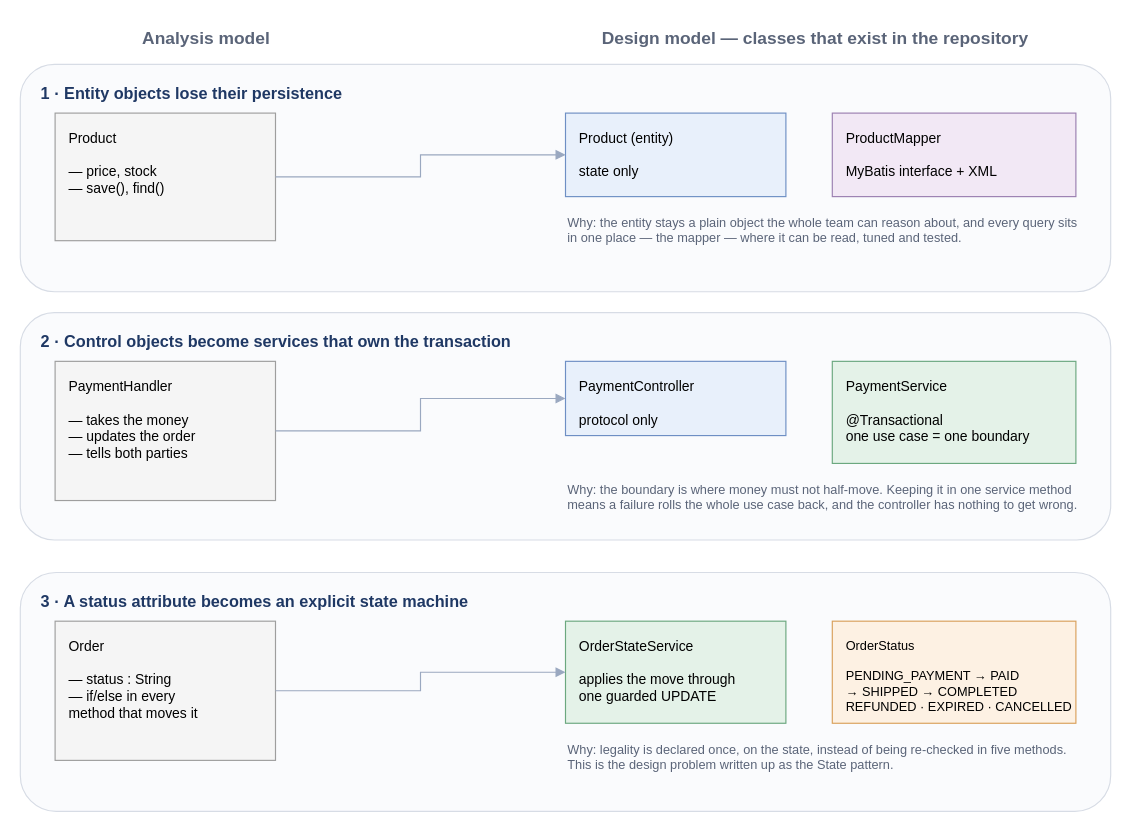
NUS-SE-34FT-GROUP4/c2cTradePlatform keeps this draw.io diagram as docs/architecture/diagrams/transition-analysis-to-design.drawio. Above is the earlier version. Source tidied: cells renumbered, new cells numbered last; positions are measured from the earlier drawing's top-left corner, leaving out a move shared by most shapes. Both pictures are drawn from the tidied source at 116%, with x=0, y=0 at pixel (20, 20).
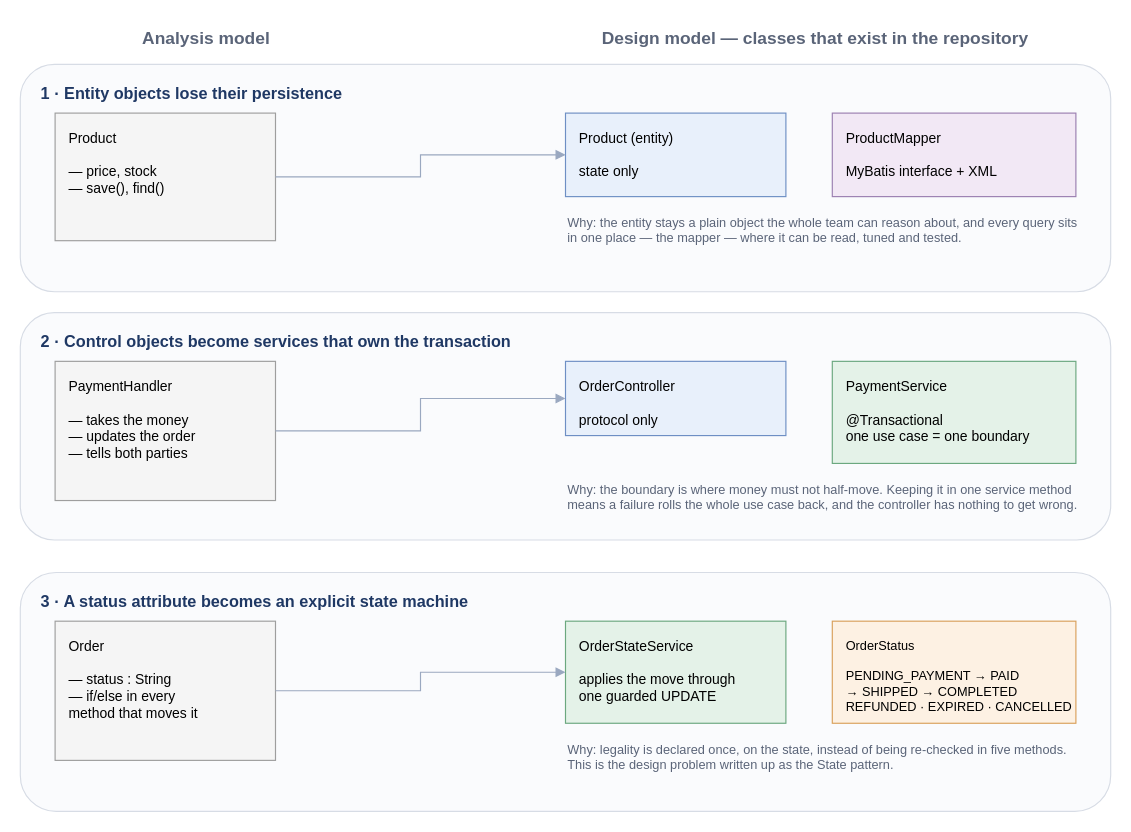
Above is the later version.

Commit message (it also covers changes not shown here):
Add the Pay for an Order sequence diagrams and name the real controller

The edit, as a diff of the source:
```diff
@@
-    <mxCell id="14" value="PaymentController&#10;&#10;protocol only" style="rounded=0;whiteSpace=wrap;html=1;fillColor=#E8F0FB;strokeColor=#6E8FC4;fontSize=12;align=left;spacingLeft=10;verticalAlign=top;spacingTop=8;" parent="1" vertex="1">
+    <mxCell id="14" value="OrderController&#10;&#10;protocol only" style="rounded=0;whiteSpace=wrap;html=1;fillColor=#E8F0FB;strokeColor=#6E8FC4;fontSize=12;align=left;spacingLeft=10;verticalAlign=top;spacingTop=8;" parent="1" vertex="1">
       <mxGeometry x="470" y="294" width="190" height="64" as="geometry" />
     </mxCell>
```
